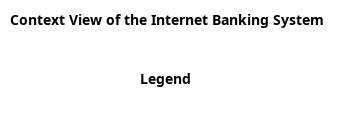
The PlantUML diagram docs/mybank/digital-banking/internet-banking-system/context-view.png in soulspace-org/my-bank-model, before a commit. Source of this version:
```plantuml
@startuml context-view
!include <C4/C4_Context.puml>
!include <awslib14/AWSCommon>
!include <awslib14/AWSC4Integration>
!include <azure/AzureCommon>
!include <azure/AzureC4Integration>
!include <tupadr3/common>


LAYOUT_TOP_DOWN()




title Context View of the Internet Banking System
SHOW_LEGEND()
@enduml
```
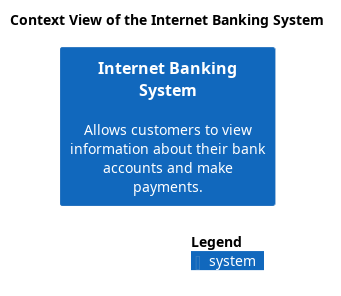
The same file after the commit.

Change to the diagram source:
```diff
@@ -13,5 +13,6 @@
 
 
 title Context View of the Internet Banking System
+System(mybank_digitalBanking_internetBankingSystem_internetBankingSystem, "Internet Banking System", $descr="Allows customers to view information about their bank accounts and make payments.")
 SHOW_LEGEND()
 @enduml
```
